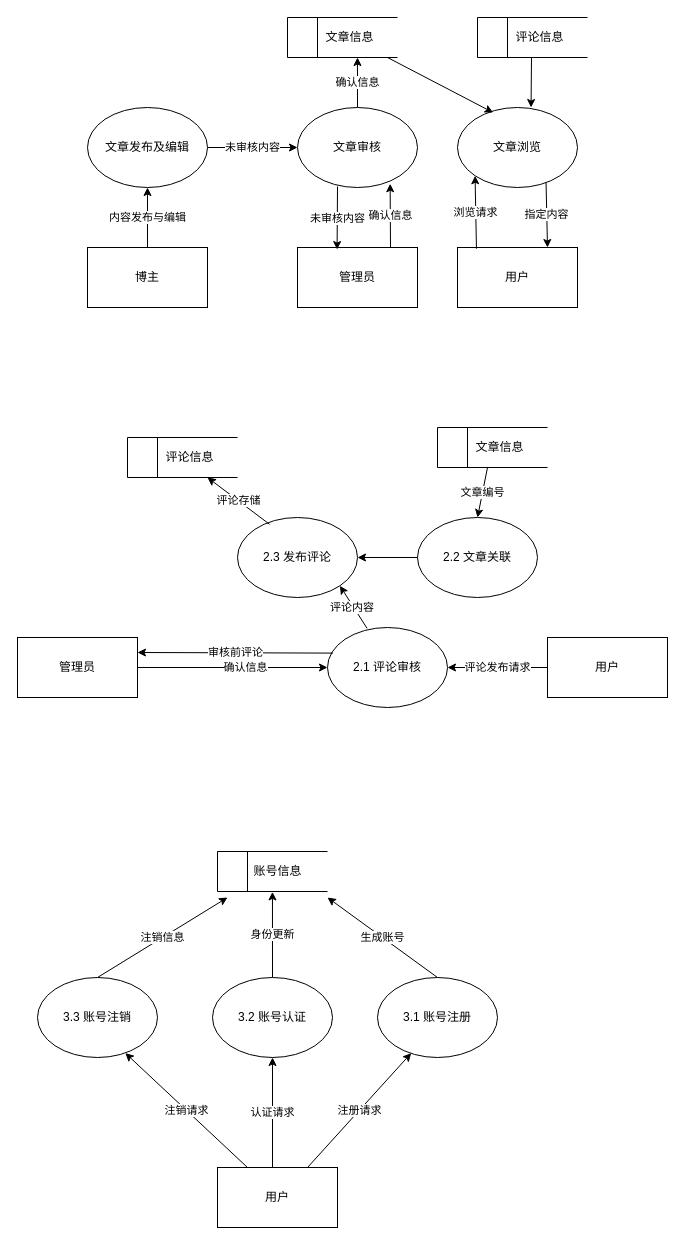
This is DFD/博客2层.drawio from Silence2540/DB-learning, a draw.io file, before an edit. Source tidied: cells renumbered, new cells numbered last; positions are measured from the earlier drawing's top-left corner, leaving out a move shared by most shapes. Both pictures are drawn from the tidied source at 100%, with x=0, y=0 at pixel (17, 17).
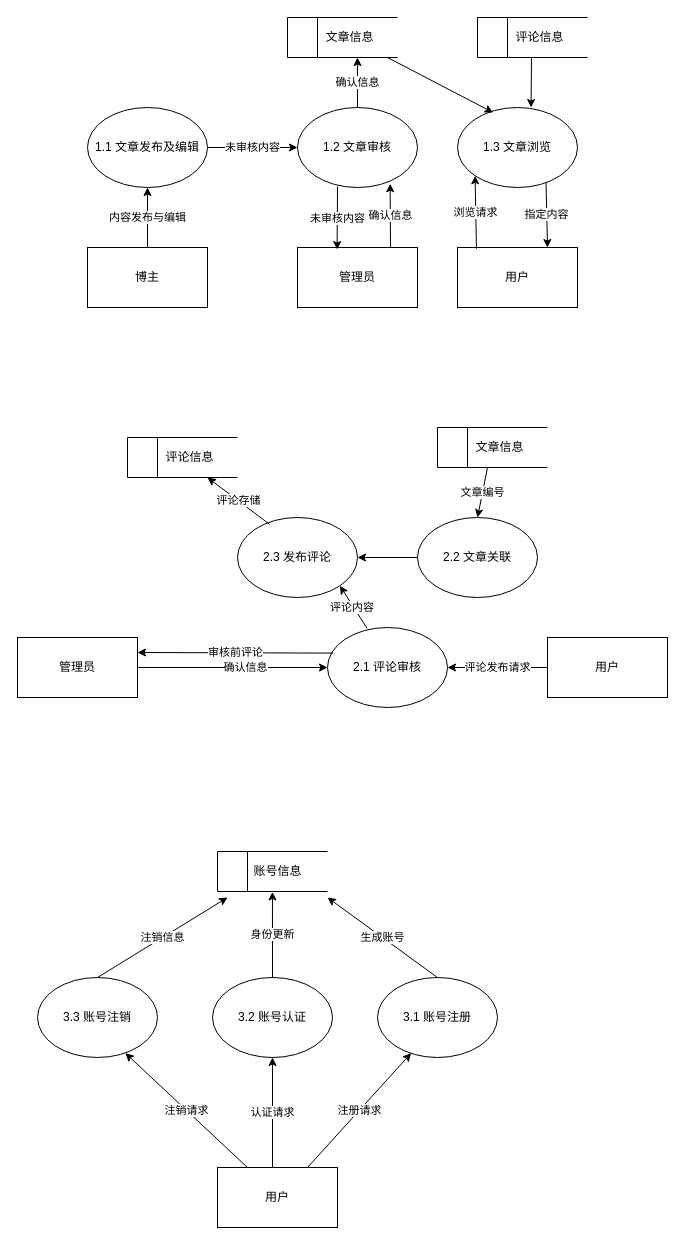
The same page after the edit.

Commit message (it also covers changes not shown here):
Add Data Dictionary and DFD Layer 2

Diff of the diagram source:
```diff
@@
-    <mxCell id="3" value="文章审核" style="ellipse;whiteSpace=wrap;html=1;" parent="1" vertex="1">
+    <mxCell id="3" value="1.2 文章审核" style="ellipse;whiteSpace=wrap;html=1;" parent="1" vertex="1">
       <mxGeometry x="280" y="90" width="120" height="80" as="geometry" />
     </mxCell>
@@
-    <mxCell id="49" value="文章发布及编辑" style="ellipse;whiteSpace=wrap;html=1;" parent="1" vertex="1">
+    <mxCell id="49" value="1.1 文章发布及编辑" style="ellipse;whiteSpace=wrap;html=1;" parent="1" vertex="1">
       <mxGeometry x="70" y="90" width="120" height="80" as="geometry" />
     </mxCell>
-    <mxCell id="50" value="文章浏览" style="ellipse;whiteSpace=wrap;html=1;" parent="1" vertex="1">
+    <mxCell id="50" value="1.3 文章浏览" style="ellipse;whiteSpace=wrap;html=1;" parent="1" vertex="1">
       <mxGeometry x="440" y="90" width="120" height="80" as="geometry" />
     </mxCell>
```
